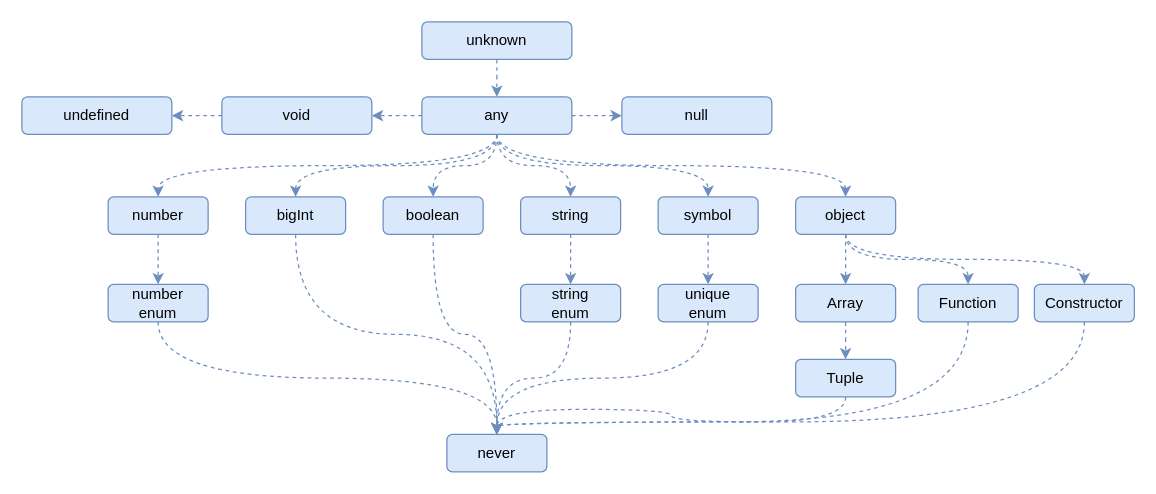
This is Web/TypeScript.drawio from orlov-oleg-developer/uml-diagrams, a draw.io file, before an edit. Source tidied: cells renumbered, new cells numbered last; positions are measured from the earlier drawing's top-left corner, leaving out a move shared by most shapes. Both pictures are drawn from the tidied source at 125%, with x=0, y=0 at pixel (21, 21).
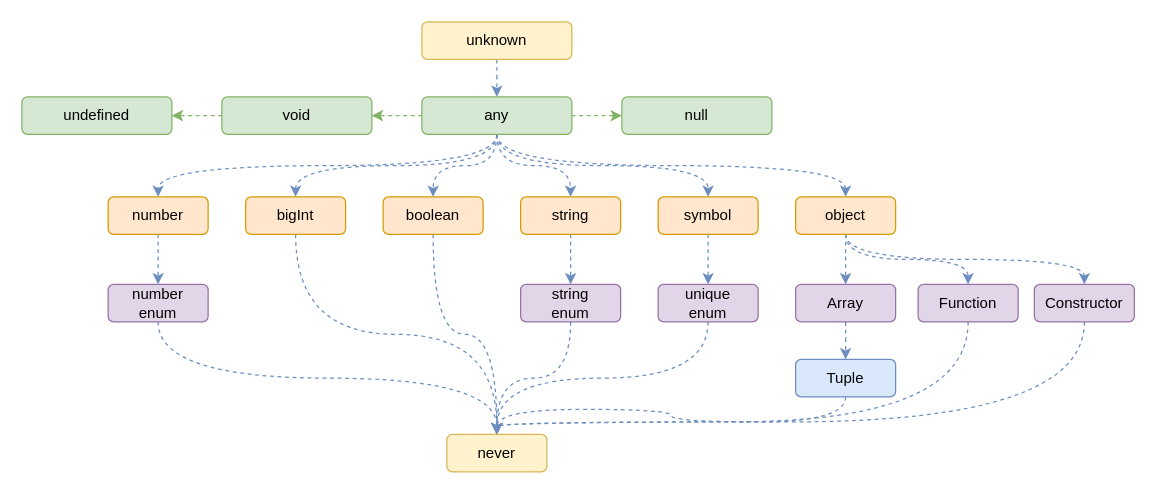
The same diagram, later.

What changed in the source:
```diff
@@
-    <mxCell id="3" value="unknown" style="rounded=1;whiteSpace=wrap;html=1;fillColor=#dae8fc;strokeColor=#6c8ebf;" parent="1" vertex="1">
+    <mxCell id="3" value="unknown" style="rounded=1;whiteSpace=wrap;html=1;fillColor=#fff2cc;strokeColor=#d6b656;" parent="1" vertex="1">
       <mxGeometry x="320" width="120" height="30" as="geometry" />
     </mxCell>
-    <mxCell id="4" style="edgeStyle=orthogonalEdgeStyle;shape=connector;curved=1;rounded=0;jettySize=auto;html=1;entryX=0;entryY=0.5;entryDx=0;entryDy=0;dashed=1;labelBackgroundColor=default;strokeColor=#6c8ebf;align=center;verticalAlign=middle;fontFamily=Helvetica;fontSize=11;fontColor=default;endArrow=classic;fillColor=#dae8fc;" parent="1" edge="1" source="12" target="13">
+    <mxCell id="4" style="edgeStyle=orthogonalEdgeStyle;shape=connector;curved=1;rounded=0;jettySize=auto;html=1;entryX=0;entryY=0.5;entryDx=0;entryDy=0;dashed=1;labelBackgroundColor=default;strokeColor=#82b366;align=center;verticalAlign=middle;fontFamily=Helvetica;fontSize=11;fontColor=default;endArrow=classic;fillColor=#d5e8d4;" parent="1" edge="1" source="12" target="13">
       <mxGeometry relative="1" as="geometry" />
     </mxCell>
-    <mxCell id="5" style="edgeStyle=orthogonalEdgeStyle;shape=connector;curved=1;rounded=0;jettySize=auto;html=1;entryX=1;entryY=0.5;entryDx=0;entryDy=0;dashed=1;labelBackgroundColor=default;strokeColor=#6c8ebf;align=center;verticalAlign=middle;fontFamily=Helvetica;fontSize=11;fontColor=default;endArrow=classic;fillColor=#dae8fc;" parent="1" edge="1" source="12" target="15">
+    <mxCell id="5" style="edgeStyle=orthogonalEdgeStyle;shape=connector;curved=1;rounded=0;jettySize=auto;html=1;entryX=1;entryY=0.5;entryDx=0;entryDy=0;dashed=1;labelBackgroundColor=default;strokeColor=#82b366;align=center;verticalAlign=middle;fontFamily=Helvetica;fontSize=11;fontColor=default;endArrow=classic;fillColor=#d5e8d4;" parent="1" edge="1" source="12" target="15">
       <mxGeometry relative="1" as="geometry" />
     </mxCell>
@@
-    <mxCell id="12" value="any" style="rounded=1;whiteSpace=wrap;html=1;fillColor=#dae8fc;strokeColor=#6c8ebf;" parent="1" vertex="1">
+    <mxCell id="12" value="any" style="rounded=1;whiteSpace=wrap;html=1;fillColor=#d5e8d4;strokeColor=#82b366;" parent="1" vertex="1">
       <mxGeometry x="320" y="60" width="120" height="30" as="geometry" />
     </mxCell>
-    <mxCell id="13" value="null" style="rounded=1;whiteSpace=wrap;html=1;fillColor=#dae8fc;strokeColor=#6c8ebf;" parent="1" vertex="1">
+    <mxCell id="13" value="null" style="rounded=1;whiteSpace=wrap;html=1;fillColor=#d5e8d4;strokeColor=#82b366;" parent="1" vertex="1">
       <mxGeometry x="480" y="60" width="120" height="30" as="geometry" />
     </mxCell>
-    <mxCell id="14" style="edgeStyle=orthogonalEdgeStyle;shape=connector;curved=1;rounded=0;jettySize=auto;html=1;entryX=1;entryY=0.5;entryDx=0;entryDy=0;dashed=1;labelBackgroundColor=default;strokeColor=#6c8ebf;align=center;verticalAlign=middle;fontFamily=Helvetica;fontSize=11;fontColor=default;endArrow=classic;fillColor=#dae8fc;" parent="1" edge="1" source="15" target="16">
+    <mxCell id="14" style="edgeStyle=orthogonalEdgeStyle;shape=connector;curved=1;rounded=0;jettySize=auto;html=1;entryX=1;entryY=0.5;entryDx=0;entryDy=0;dashed=1;labelBackgroundColor=default;strokeColor=#82b366;align=center;verticalAlign=middle;fontFamily=Helvetica;fontSize=11;fontColor=default;endArrow=classic;fillColor=#d5e8d4;" parent="1" edge="1" source="15" target="16">
       <mxGeometry relative="1" as="geometry" />
     </mxCell>
-    <mxCell id="15" value="void" style="rounded=1;whiteSpace=wrap;html=1;fillColor=#dae8fc;strokeColor=#6c8ebf;" parent="1" vertex="1">
+    <mxCell id="15" value="void" style="rounded=1;whiteSpace=wrap;html=1;fillColor=#d5e8d4;strokeColor=#82b366;" parent="1" vertex="1">
       <mxGeometry x="160" y="60" width="120" height="30" as="geometry" />
     </mxCell>
-    <mxCell id="16" value="undefined" style="rounded=1;whiteSpace=wrap;html=1;fillColor=#dae8fc;strokeColor=#6c8ebf;" parent="1" vertex="1">
+    <mxCell id="16" value="undefined" style="rounded=1;whiteSpace=wrap;html=1;fillColor=#d5e8d4;strokeColor=#82b366;" parent="1" vertex="1">
       <mxGeometry y="60" width="120" height="30" as="geometry" />
     </mxCell>
@@
-    <mxCell id="18" value="boolean" style="rounded=1;whiteSpace=wrap;html=1;fillColor=#dae8fc;strokeColor=#6c8ebf;" parent="1" vertex="1">
+    <mxCell id="18" value="boolean" style="rounded=1;whiteSpace=wrap;html=1;fillColor=#ffe6cc;strokeColor=#d79b00;" parent="1" vertex="1">
       <mxGeometry x="289" y="140" width="80" height="30" as="geometry" />
     </mxCell>
@@
-    <mxCell id="20" value="bigInt" style="rounded=1;whiteSpace=wrap;html=1;fillColor=#dae8fc;strokeColor=#6c8ebf;" parent="1" vertex="1">
+    <mxCell id="20" value="bigInt" style="rounded=1;whiteSpace=wrap;html=1;fillColor=#ffe6cc;strokeColor=#d79b00;" parent="1" vertex="1">
       <mxGeometry x="179" y="140" width="80" height="30" as="geometry" />
     </mxCell>
@@
-    <mxCell id="22" value="string" style="rounded=1;whiteSpace=wrap;html=1;fillColor=#dae8fc;strokeColor=#6c8ebf;" parent="1" vertex="1">
+    <mxCell id="22" value="string" style="rounded=1;whiteSpace=wrap;html=1;fillColor=#ffe6cc;strokeColor=#d79b00;" parent="1" vertex="1">
       <mxGeometry x="399" y="140" width="80" height="30" as="geometry" />
     </mxCell>
@@
-    <mxCell id="24" value="symbol" style="rounded=1;whiteSpace=wrap;html=1;fillColor=#dae8fc;strokeColor=#6c8ebf;" parent="1" vertex="1">
+    <mxCell id="24" value="symbol" style="rounded=1;whiteSpace=wrap;html=1;fillColor=#ffe6cc;strokeColor=#d79b00;" parent="1" vertex="1">
       <mxGeometry x="509" y="140" width="80" height="30" as="geometry" />
     </mxCell>
@@
-    <mxCell id="28" value="object" style="rounded=1;whiteSpace=wrap;html=1;fillColor=#dae8fc;strokeColor=#6c8ebf;" parent="1" vertex="1">
+    <mxCell id="28" value="object" style="rounded=1;whiteSpace=wrap;html=1;fillColor=#ffe6cc;strokeColor=#d79b00;" parent="1" vertex="1">
       <mxGeometry x="619" y="140" width="80" height="30" as="geometry" />
     </mxCell>
@@
-    <mxCell id="30" value="number" style="rounded=1;whiteSpace=wrap;html=1;fillColor=#dae8fc;strokeColor=#6c8ebf;" parent="1" vertex="1">
+    <mxCell id="30" value="number" style="rounded=1;whiteSpace=wrap;html=1;fillColor=#ffe6cc;strokeColor=#d79b00;" parent="1" vertex="1">
       <mxGeometry x="69" y="140" width="80" height="30" as="geometry" />
     </mxCell>
@@
-    <mxCell id="32" value="number&lt;br&gt;enum" style="rounded=1;whiteSpace=wrap;html=1;fillColor=#dae8fc;strokeColor=#6c8ebf;" parent="1" vertex="1">
+    <mxCell id="32" value="number&lt;br&gt;enum" style="rounded=1;whiteSpace=wrap;html=1;fillColor=#e1d5e7;strokeColor=#9673a6;" parent="1" vertex="1">
       <mxGeometry x="69" y="210" width="80" height="30" as="geometry" />
     </mxCell>
@@
-    <mxCell id="34" value="string&lt;br&gt;enum" style="rounded=1;whiteSpace=wrap;html=1;fillColor=#dae8fc;strokeColor=#6c8ebf;" parent="1" vertex="1">
+    <mxCell id="34" value="string&lt;br&gt;enum" style="rounded=1;whiteSpace=wrap;html=1;fillColor=#e1d5e7;strokeColor=#9673a6;" parent="1" vertex="1">
       <mxGeometry x="399" y="210" width="80" height="30" as="geometry" />
     </mxCell>
@@
-    <mxCell id="36" value="unique&lt;br&gt;enum" style="rounded=1;whiteSpace=wrap;html=1;fillColor=#dae8fc;strokeColor=#6c8ebf;" parent="1" vertex="1">
+    <mxCell id="36" value="unique&lt;br&gt;enum" style="rounded=1;whiteSpace=wrap;html=1;fillColor=#e1d5e7;strokeColor=#9673a6;" parent="1" vertex="1">
       <mxGeometry x="509" y="210" width="80" height="30" as="geometry" />
     </mxCell>
@@
-    <mxCell id="38" value="Array" style="rounded=1;whiteSpace=wrap;html=1;fillColor=#dae8fc;strokeColor=#6c8ebf;" parent="1" vertex="1">
+    <mxCell id="38" value="Array" style="rounded=1;whiteSpace=wrap;html=1;fillColor=#e1d5e7;strokeColor=#9673a6;" parent="1" vertex="1">
       <mxGeometry x="619" y="210" width="80" height="30" as="geometry" />
     </mxCell>
@@
-    <mxCell id="40" value="Function" style="rounded=1;whiteSpace=wrap;html=1;fillColor=#dae8fc;strokeColor=#6c8ebf;" parent="1" vertex="1">
+    <mxCell id="40" value="Function" style="rounded=1;whiteSpace=wrap;html=1;fillColor=#e1d5e7;strokeColor=#9673a6;" parent="1" vertex="1">
       <mxGeometry x="717" y="210" width="80" height="30" as="geometry" />
     </mxCell>
@@
-    <mxCell id="42" value="Constructor" style="rounded=1;whiteSpace=wrap;html=1;fillColor=#dae8fc;strokeColor=#6c8ebf;" parent="1" vertex="1">
+    <mxCell id="42" value="Constructor" style="rounded=1;whiteSpace=wrap;html=1;fillColor=#e1d5e7;strokeColor=#9673a6;" parent="1" vertex="1">
       <mxGeometry x="810" y="210" width="80" height="30" as="geometry" />
     </mxCell>
@@
-    <mxCell id="45" value="never" style="rounded=1;whiteSpace=wrap;html=1;fillColor=#dae8fc;strokeColor=#6c8ebf;" parent="1" vertex="1">
+    <mxCell id="45" value="never" style="rounded=1;whiteSpace=wrap;html=1;fillColor=#fff2cc;strokeColor=#d6b656;" parent="1" vertex="1">
       <mxGeometry x="340" y="330" width="80" height="30" as="geometry" />
     </mxCell>
```
